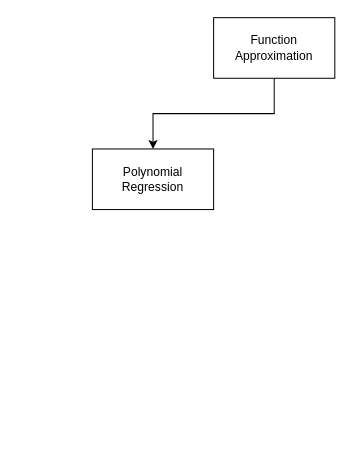
This is Data Streaming Compression/Compress_data_stream.drawio from tuankiet-sudo/Scientific-Research-References, a draw.io file, before an edit. Source tidied: cells renumbered, new cells numbered last; positions are measured from the earlier drawing's top-left corner, leaving out a move shared by most shapes. Both pictures are drawn from the tidied source at 101%, with x=0, y=0 at pixel (92, 17).
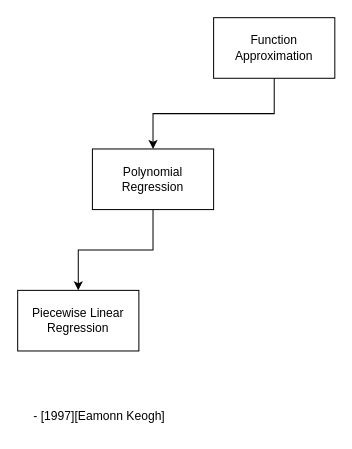
Above is the later version.

Commit message:
Cập nhật Compress_data_stream.drawio

Change to the diagram source:
```diff
@@
 <mxGraphModel>
   <root>
     <mxCell id="0" />
     <mxCell id="1" parent="0" />
     <mxCell id="2" style="edgeStyle=orthogonalEdgeStyle;rounded=0;jettySize=auto;html=1;entryX=0.5;entryY=0;entryDx=0;entryDy=0;" parent="1" edge="1" source="3" target="4">
       <mxGeometry relative="1" as="geometry" />
     </mxCell>
     <mxCell id="3" value="Function Approximation" style="rounded=0;whiteSpace=wrap;html=1;" parent="1" vertex="1">
       <mxGeometry x="120" width="120" height="60" as="geometry" />
     </mxCell>
+    <mxCell id="5" style="edgeStyle=orthogonalEdgeStyle;rounded=0;jettySize=auto;html=1;" parent="1" edge="1" source="4" target="6">
+      <mxGeometry relative="1" as="geometry" />
+    </mxCell>
     <mxCell id="4" value="Polynomial&lt;div&gt;Regression&lt;/div&gt;" style="rounded=0;whiteSpace=wrap;html=1;" parent="1" vertex="1">
       <mxGeometry y="130" width="120" height="60" as="geometry" />
     </mxCell>
+    <mxCell id="6" value="Piecewise Linear Regression" style="rounded=0;whiteSpace=wrap;html=1;" parent="1" vertex="1">
+      <mxGeometry x="-74" y="270" width="120" height="60" as="geometry" />
+    </mxCell>
+    <mxCell id="7" value="-&amp;nbsp;&lt;span style=&quot;background-color: initial;&quot;&gt;[1997][Eamonn Keogh]&lt;/span&gt;" style="text;strokeColor=none;fillColor=none;align=left;verticalAlign=middle;spacingLeft=4;spacingRight=4;overflow=hidden;whiteSpace=wrap;html=1;" parent="1" vertex="1">
+      <mxGeometry x="-64" y="380" width="160" height="30" as="geometry" />
+    </mxCell>
   </root>
 </mxGraphModel>
```
